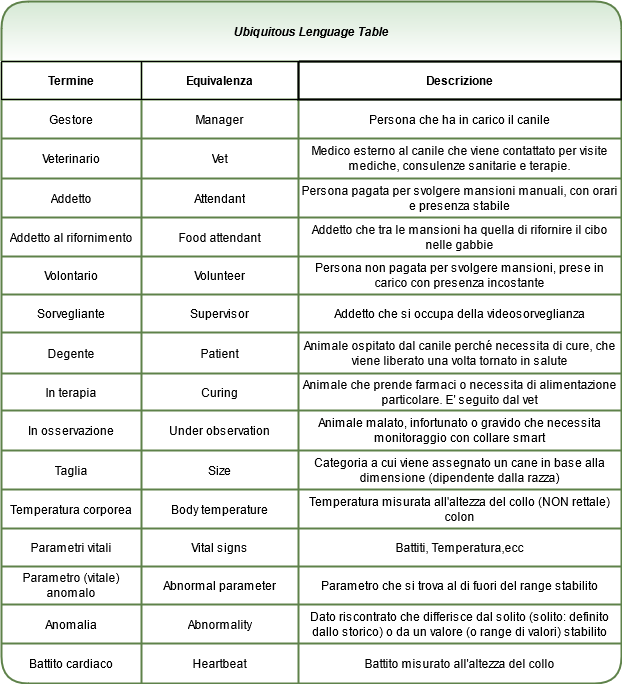
Earlier version of the draw.io export DrawIo/ubiquitousLanguage.png (SmartDogHouse/Report). Source tidied: cells renumbered, new cells last; positions are measured from the earlier drawing's top-left corner, leaving out a move shared by most shapes.
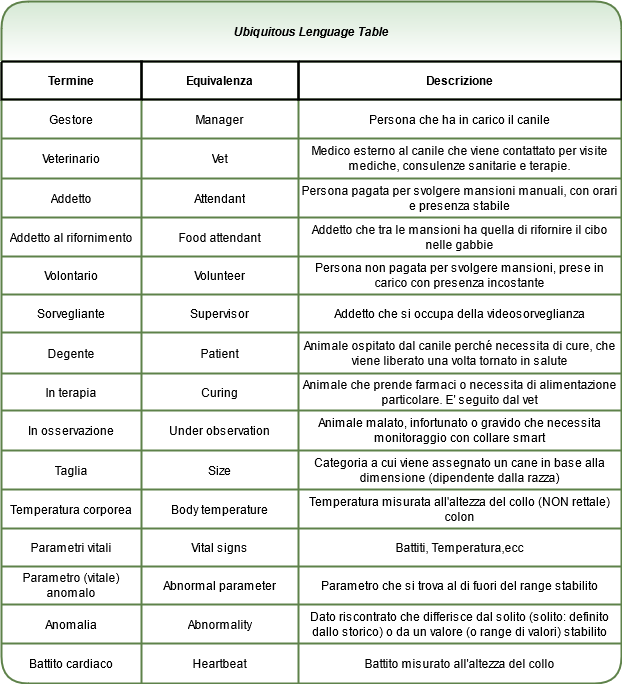
Above is the later version.

Commit message:
Fix border of the top table ubiquitousLanguage.png

What changed in the source:
```diff
@@ -8,10 +8,10 @@
     <mxCell id="3" style="shape=partialRectangle;html=1;whiteSpace=wrap;fillColor=none;top=0;left=0;bottom=0;right=0;backgroundOutline=0;fixDash=0;noLabel=0;comic=0;jiggle=1;shadow=0;sketch=0;strokeColor=#82B366;movableLabel=0;" parent="2" vertex="1">
       <mxGeometry y="60" width="620" height="38" as="geometry" />
     </mxCell>
-    <mxCell id="4" value="&lt;b&gt;Termine&lt;/b&gt;" style="shape=partialRectangle;html=1;whiteSpace=wrap;overflow=hidden;fillColor=none;top=1;left=1;bottom=1;right=1;backgroundOutline=0;fixDash=0;noLabel=0;comic=0;jiggle=1;shadow=0;sketch=0;movableLabel=0;" parent="3" vertex="1">
+    <mxCell id="4" value="&lt;b&gt;Termine&lt;/b&gt;" style="shape=partialRectangle;html=1;whiteSpace=wrap;overflow=hidden;fillColor=none;top=1;left=1;bottom=1;right=1;backgroundOutline=0;fixDash=0;noLabel=0;comic=0;jiggle=1;shadow=0;sketch=0;movableLabel=0;strokeWidth=2;" parent="3" vertex="1">
       <mxGeometry width="140" height="38" as="geometry" />
     </mxCell>
-    <mxCell id="5" value="&lt;b&gt;Equivalenza&lt;/b&gt;" style="shape=partialRectangle;html=1;whiteSpace=wrap;overflow=hidden;fillColor=none;top=1;left=1;bottom=1;right=1;direction=north;backgroundOutline=0;fixDash=0;noLabel=0;comic=0;jiggle=1;shadow=0;sketch=0;movableLabel=0;" parent="3" vertex="1">
+    <mxCell id="5" value="&lt;b&gt;Equivalenza&lt;/b&gt;" style="shape=partialRectangle;html=1;whiteSpace=wrap;overflow=hidden;fillColor=none;top=1;left=1;bottom=1;right=1;direction=north;backgroundOutline=0;fixDash=0;noLabel=0;comic=0;jiggle=1;shadow=0;sketch=0;movableLabel=0;strokeWidth=2;" parent="3" vertex="1">
       <mxGeometry x="140" width="157" height="38" as="geometry" />
     </mxCell>
     <mxCell id="6" value="&lt;b&gt;Descrizione&lt;/b&gt;" style="shape=partialRectangle;html=1;whiteSpace=wrap;overflow=hidden;fillColor=none;top=1;left=1;bottom=1;right=1;backgroundOutline=0;fixDash=0;noLabel=0;comic=0;jiggle=1;shadow=0;sketch=0;strokeWidth=2;movableLabel=0;" parent="3" vertex="1">
```
